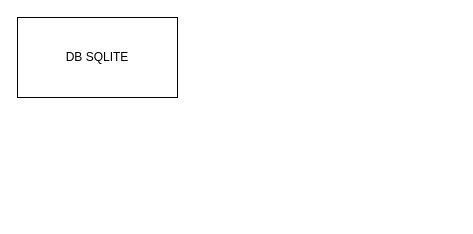
Before: SalesManagementSystem.drawio in x23203595/PipelineStagingSalesManagementSystem, a draw.io diagram. Source tidied: cells renumbered, new cells numbered last; positions are measured from the earlier drawing's top-left corner, leaving out a move shared by most shapes. Both pictures are drawn from the tidied source at 100%, with x=0, y=0 at pixel (17, 17).
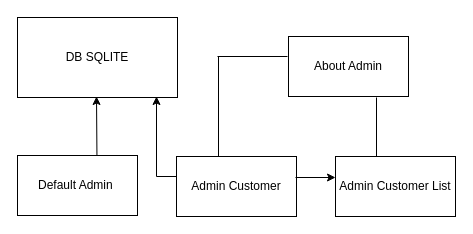
The same diagram, later.

The edit, as a diff of the source:
```diff
@@
+    <mxCell id="3" value="Default Admin&amp;nbsp;" style="rounded=0;whiteSpace=wrap;html=1;" parent="1" vertex="1">
+      <mxGeometry y="138" width="120" height="60" as="geometry" />
+    </mxCell>
+    <mxCell id="4" value="Admin Customer" style="rounded=0;whiteSpace=wrap;html=1;" parent="1" vertex="1">
+      <mxGeometry x="159" y="139" width="120" height="60" as="geometry" />
+    </mxCell>
+    <mxCell id="5" value="About Admin" style="rounded=0;whiteSpace=wrap;html=1;" parent="1" vertex="1">
+      <mxGeometry x="271" y="19" width="120" height="60" as="geometry" />
+    </mxCell>
+    <mxCell id="6" value="Admin Customer List" style="rounded=0;whiteSpace=wrap;html=1;" parent="1" vertex="1">
+      <mxGeometry x="318" y="139" width="120" height="60" as="geometry" />
+    </mxCell>
+    <mxCell id="7" style="endArrow=none;html=1;rounded=0;" parent="1" edge="1">
+      <mxGeometry relative="1" as="geometry">
+        <mxPoint x="201" y="139" as="sourcePoint" />
+        <mxPoint x="201" y="39" as="targetPoint" />
+      </mxGeometry>
+    </mxCell>
+    <mxCell id="8" style="endArrow=none;html=1;rounded=0;" parent="1" edge="1">
+      <mxGeometry relative="1" as="geometry">
+        <mxPoint x="200" y="39" as="sourcePoint" />
+        <mxPoint x="270" y="39" as="targetPoint" />
+      </mxGeometry>
+    </mxCell>
+    <mxCell id="9" style="endArrow=none;html=1;rounded=0;exitX=0;exitY=0;exitDx=0;exitDy=0;" parent="1" edge="1">
+      <mxGeometry relative="1" as="geometry">
+        <mxPoint x="359" y="139" as="sourcePoint" />
+        <mxPoint x="359" y="80" as="targetPoint" />
+      </mxGeometry>
+    </mxCell>
+    <mxCell id="10" style="endArrow=classic;html=1;rounded=0;" parent="1" edge="1">
+      <mxGeometry relative="1" as="geometry">
+        <mxPoint x="278" y="160" as="sourcePoint" />
+        <mxPoint x="318" y="160" as="targetPoint" />
+      </mxGeometry>
+    </mxCell>
+    <mxCell id="11" style="endArrow=classic;html=1;rounded=0;exitX=0.662;exitY=-0.007;exitDx=0;exitDy=0;exitPerimeter=0;" parent="1" edge="1" source="3">
+      <mxGeometry relative="1" as="geometry">
+        <mxPoint x="79" y="79" as="targetPoint" />
+      </mxGeometry>
+    </mxCell>
+    <mxCell id="12" style="endArrow=none;html=1;rounded=0;" parent="1" edge="1">
+      <mxGeometry relative="1" as="geometry">
+        <mxPoint x="139" y="159" as="sourcePoint" />
+        <mxPoint x="159" y="159" as="targetPoint" />
+      </mxGeometry>
+    </mxCell>
+    <mxCell id="13" style="endArrow=classic;html=1;rounded=0;" parent="1" edge="1">
+      <mxGeometry relative="1" as="geometry">
+        <mxPoint x="139" y="159" as="sourcePoint" />
+        <mxPoint x="139" y="79" as="targetPoint" />
+      </mxGeometry>
+    </mxCell>
```
